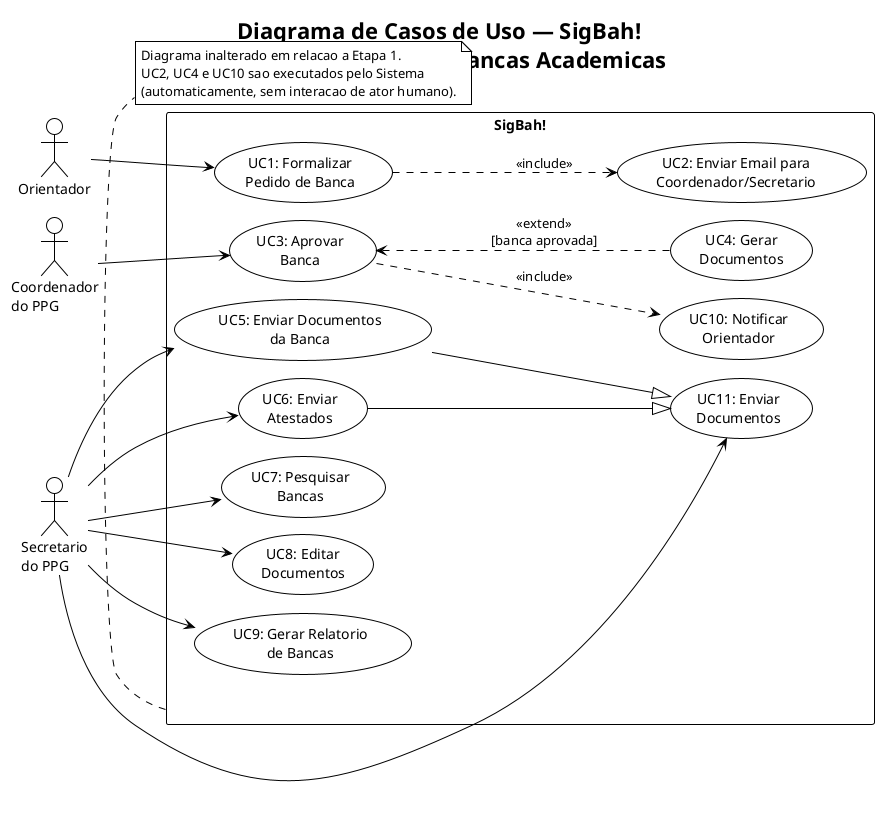
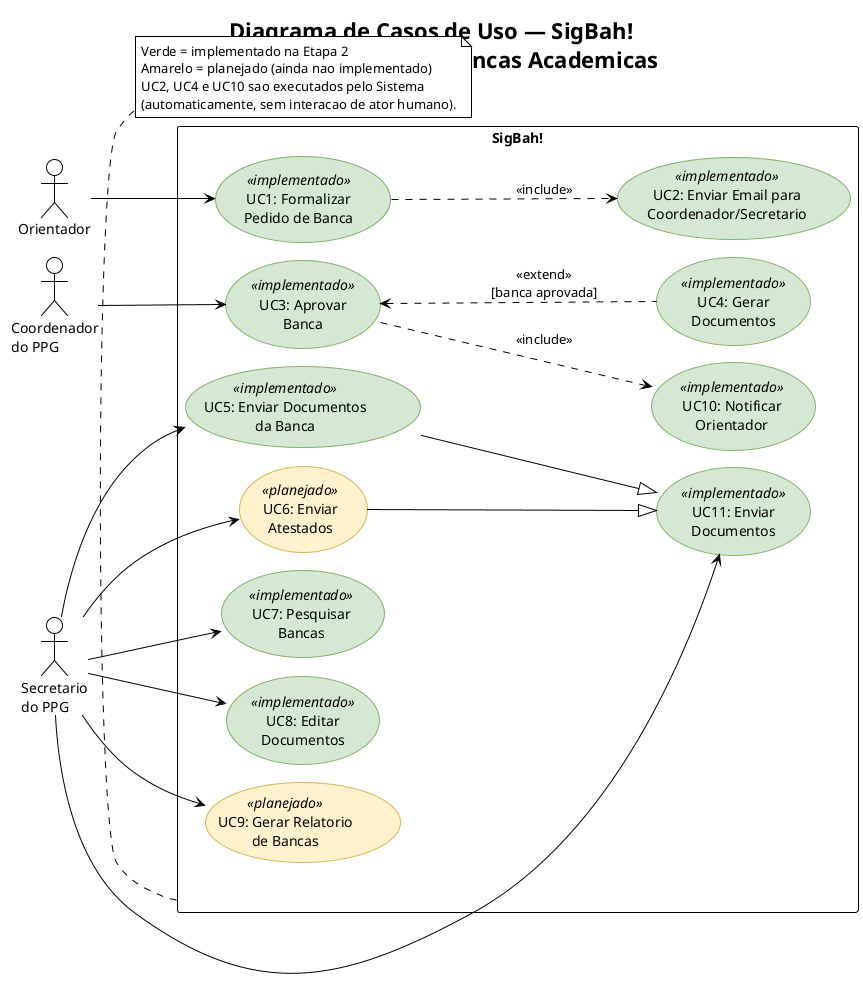
@startuml use-case-diagram
!pragma layout smetana
!theme plain
skinparam shadowing false

title Diagrama de Casos de Uso — SigBah!\nSistema de Gestao de Bancas Academicas

left to right direction
+ 
+ ' ============================================================
+ ' ESTILOS: implementado vs planejado
+ ' ============================================================
+ skinparam usecase {
+     BackgroundColor<<implementado>> #D5E8D4
+     BorderColor<<implementado>> #82B366
+     BackgroundColor<<planejado>> #FFF2CC
+     BorderColor<<planejado>> #D6B656
+ }

' ============================================================
' ATORES
' ============================================================
actor "Orientador" as orientador
actor "Coordenador\ndo PPG" as coordenador
actor "Secretario\ndo PPG" as secretario

' ============================================================
' FRONTEIRA DO SISTEMA
' ============================================================
rectangle "SigBah!" {

    ' --- Casos de uso do Orientador ---
-     usecase "UC1: Formalizar\nPedido de Banca" as UC1
+     usecase "UC1: Formalizar\nPedido de Banca" as UC1 <<implementado>>

    ' --- Casos de uso do Sistema (include/extend) ---
-     usecase "UC2: Enviar Email para\nCoordenador/Secretario" as UC2
-     usecase "UC10: Notificar\nOrientador" as UC10
-     usecase "UC4: Gerar\nDocumentos" as UC4
+     usecase "UC2: Enviar Email para\nCoordenador/Secretario" as UC2 <<implementado>>
+     usecase "UC10: Notificar\nOrientador" as UC10 <<implementado>>
+     usecase "UC4: Gerar\nDocumentos" as UC4 <<implementado>>

    ' --- Casos de uso do Coordenador ---
-     usecase "UC3: Aprovar\nBanca" as UC3
+     usecase "UC3: Aprovar\nBanca" as UC3 <<implementado>>

    ' --- Casos de uso do Secretario ---
-     usecase "UC5: Enviar Documentos\nda Banca" as UC5
-     usecase "UC6: Enviar\nAtestados" as UC6
-     usecase "UC7: Pesquisar\nBancas" as UC7
-     usecase "UC8: Editar\nDocumentos" as UC8
-     usecase "UC9: Gerar Relatorio\nde Bancas" as UC9
-     usecase "UC11: Enviar\nDocumentos" as UC11
+     usecase "UC5: Enviar Documentos\nda Banca" as UC5 <<implementado>>
+     usecase "UC6: Enviar\nAtestados" as UC6 <<planejado>>
+     usecase "UC7: Pesquisar\nBancas" as UC7 <<implementado>>
+     usecase "UC8: Editar\nDocumentos" as UC8 <<implementado>>
+     usecase "UC9: Gerar Relatorio\nde Bancas" as UC9 <<planejado>>
+     usecase "UC11: Enviar\nDocumentos" as UC11 <<implementado>>
}

' ============================================================
' ASSOCIACOES ATOR <-> CASO DE USO
' ============================================================
orientador --> UC1

coordenador --> UC3

secretario --> UC5
secretario --> UC6
secretario --> UC7
secretario --> UC8
secretario --> UC9
secretario --> UC11

' ============================================================
' RELACIONAMENTOS ENTRE CASOS DE USO
' ============================================================

' Include
UC1 ..> UC2 : <<include>>
UC3 ..> UC10 : <<include>>

' Extend
UC3 <.. UC4 : <<extend>>\n[banca aprovada]

' Generalizacao/Especializacao
UC5 --|> UC11
UC6 --|> UC11

' ============================================================
- ' NOTA
+ ' LEGENDA
' ============================================================
note bottom of "SigBah!"
-     Diagrama inalterado em relacao a Etapa 1.
+     Verde = implementado na Etapa 2
+     Amarelo = planejado (ainda nao implementado)
    UC2, UC4 e UC10 sao executados pelo Sistema
    (automaticamente, sem interacao de ator humano).
end note

@enduml
